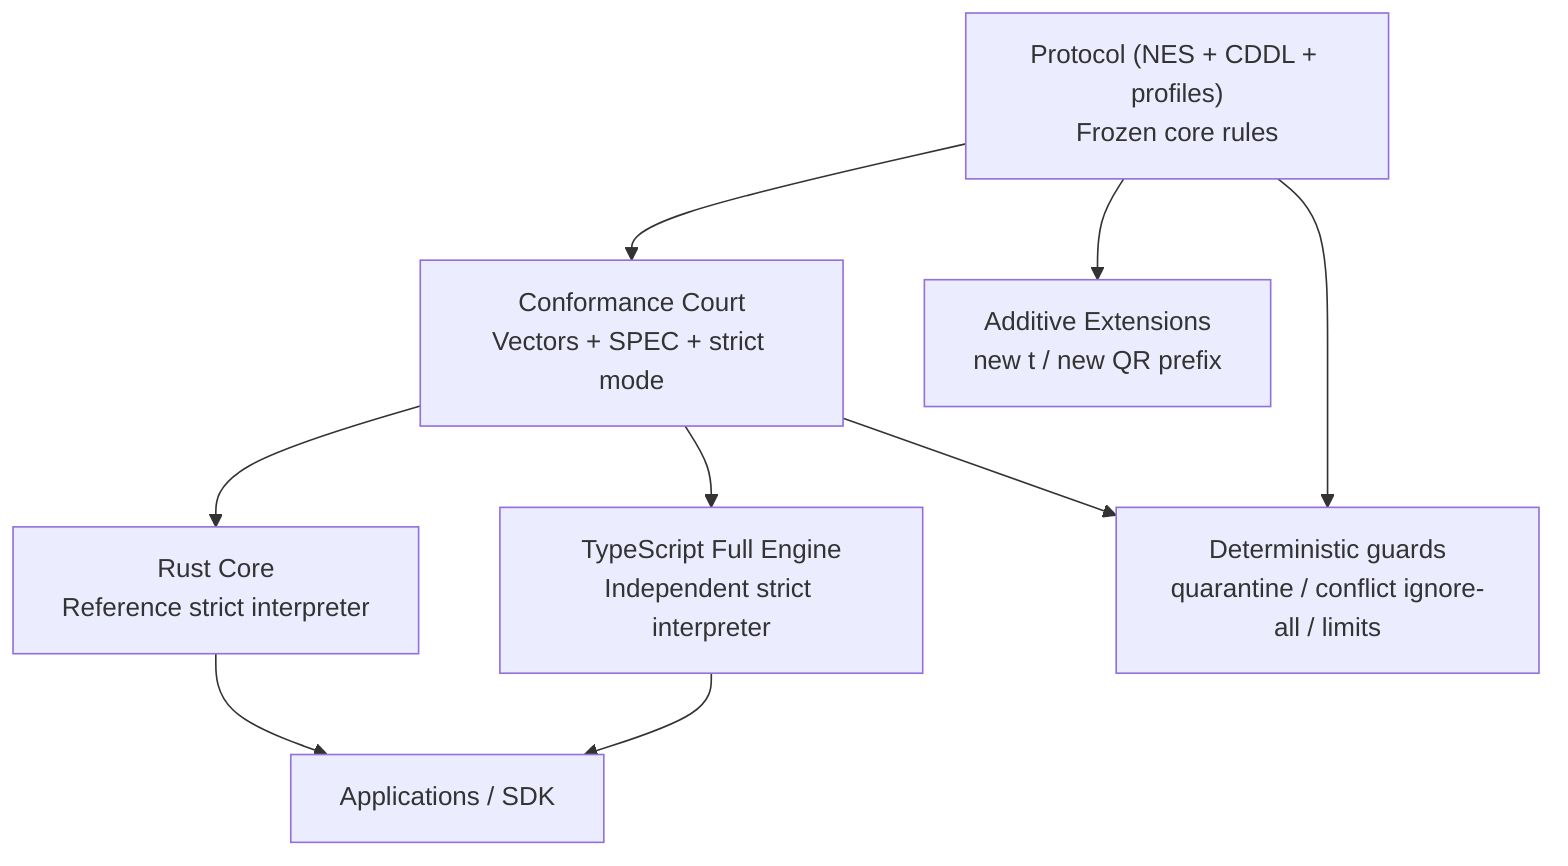
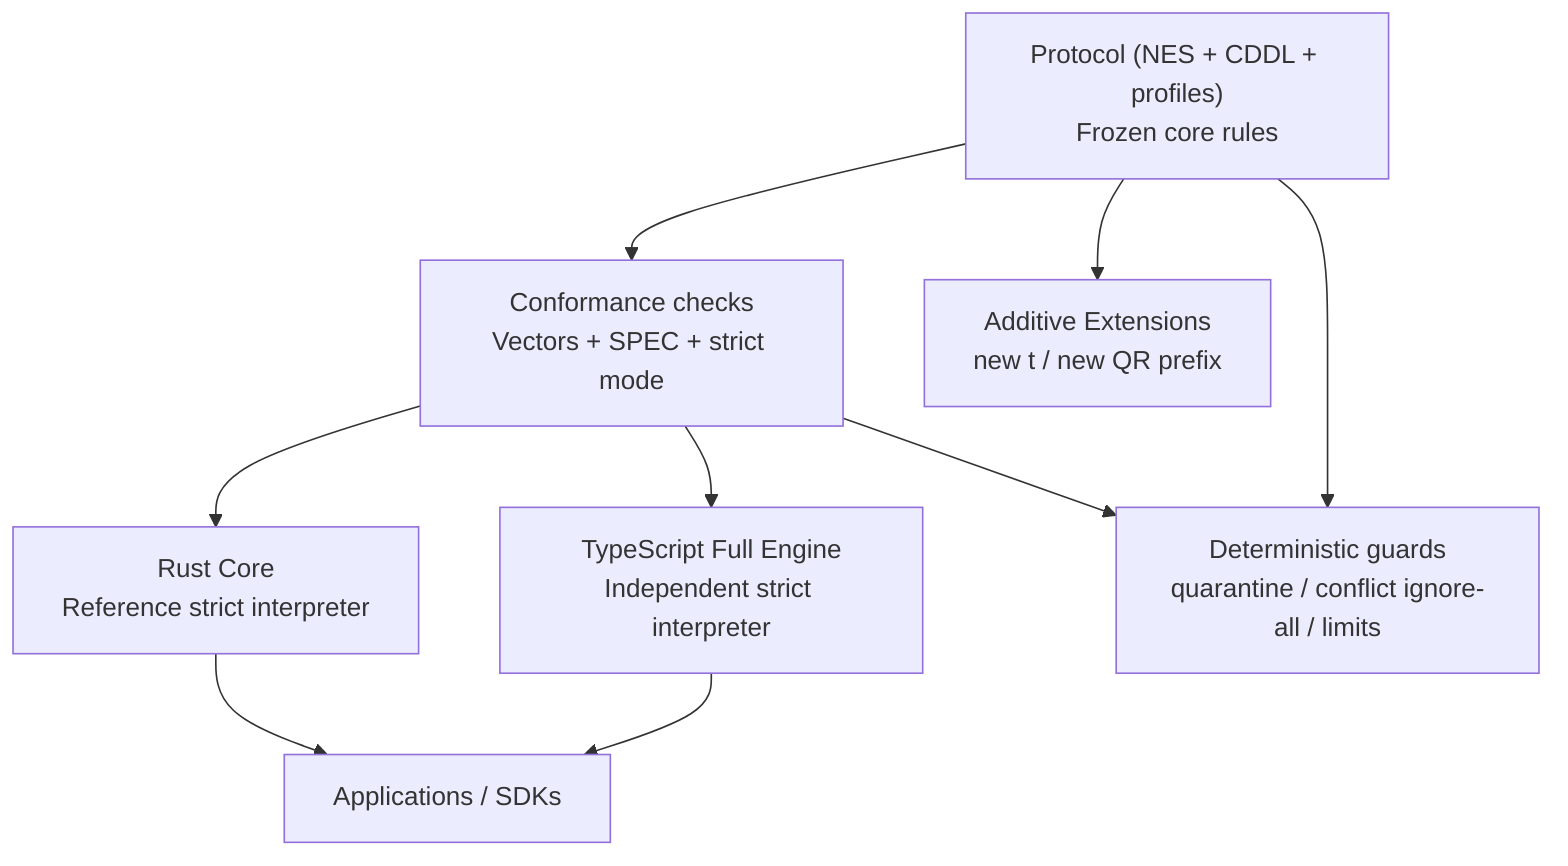
flowchart TB
    P["Protocol (NES + CDDL + profiles)\nFrozen core rules"]
-     C["Conformance Court\nVectors + SPEC + strict mode"]
+     C["Conformance checks\nVectors + SPEC + strict mode"]
    R["Rust Core\nReference strict interpreter"]
    T["TypeScript Full Engine\nIndependent strict interpreter"]
-     A["Applications / SDK"]
+     A["Applications / SDKs"]
    E["Additive Extensions\nnew t / new QR prefix"]

    P --> C
    C --> R
    C --> T
    R --> A
    T --> A
    P --> E

    Q["Deterministic guards\nquarantine / conflict ignore-all / limits"]
    P --> Q
    C --> Q
